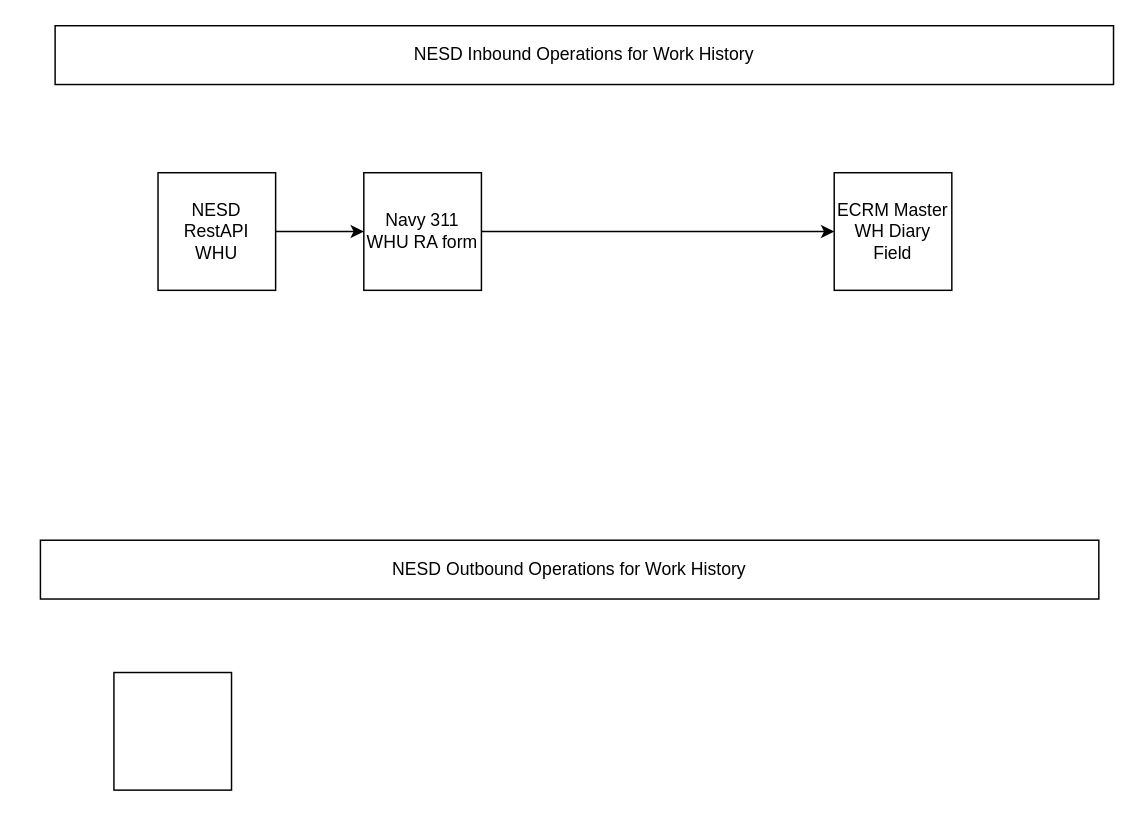
dkhill/navy311 keeps this draw.io diagram as Untitled Diagram.drawio. Above is the earlier version. Source tidied: cells renumbered, new cells numbered last; positions are measured from the earlier drawing's top-left corner, leaving out a move shared by most shapes. Both pictures are drawn from the tidied source at 147%, with x=0, y=0 at pixel (40, 25).
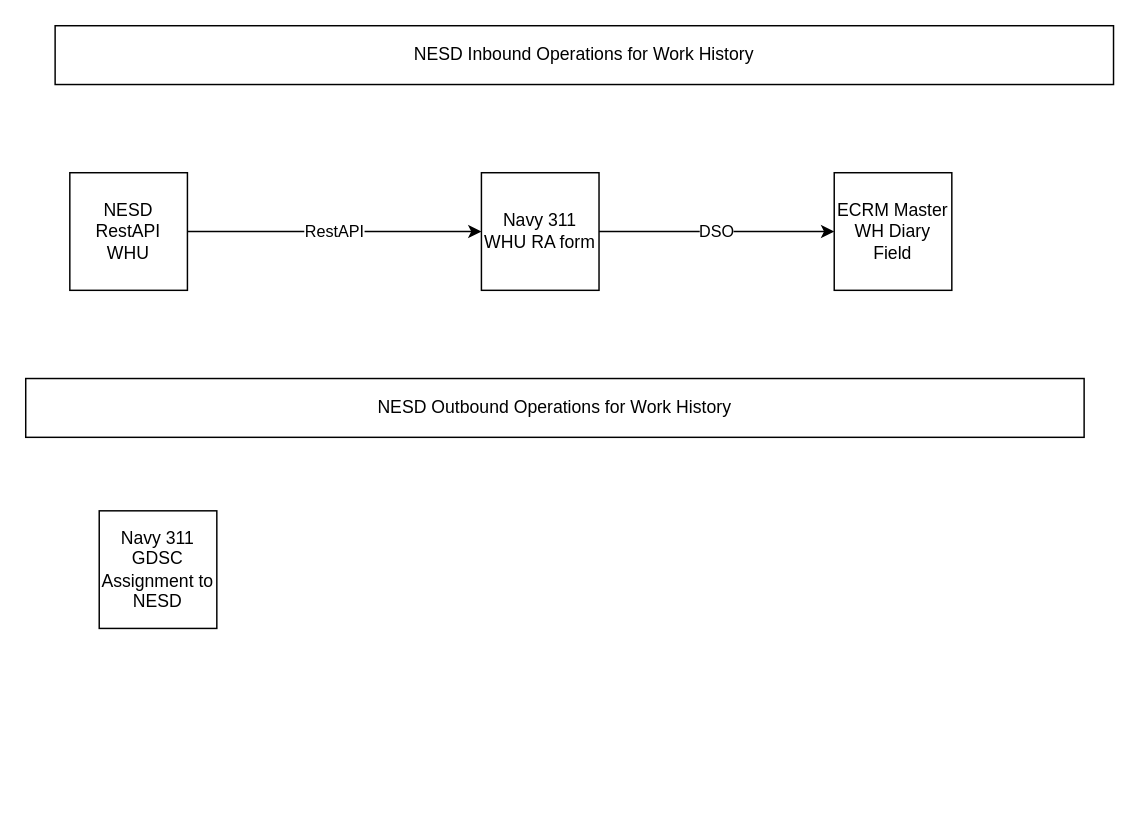
Above is the later version.

Commit message:
Work History Outbound

What changed in the source:
```diff
@@
 <mxGraphModel>
   <root>
     <mxCell id="0" />
     <mxCell id="1" parent="0" />
     <mxCell id="2" value="NESD Inbound Operations for Work History" style="rounded=0;whiteSpace=wrap;html=1;" parent="1" vertex="1">
       <mxGeometry x="10" width="720" height="40" as="geometry" />
     </mxCell>
-    <mxCell id="3" style="edgeStyle=orthogonalEdgeStyle;rounded=0;jettySize=auto;html=1;" parent="1" edge="1" source="4" target="6">
+    <mxCell id="3" value="RestAPI" style="edgeStyle=orthogonalEdgeStyle;rounded=0;jettySize=auto;html=1;" parent="1" edge="1" source="4" target="6">
       <mxGeometry relative="1" as="geometry" />
     </mxCell>
     <mxCell id="4" value="NESD RestAPI&lt;br&gt;WHU" style="whiteSpace=wrap;html=1;" parent="1" vertex="1">
-      <mxGeometry x="80" y="100" width="80" height="80" as="geometry" />
+      <mxGeometry x="20" y="100" width="80" height="80" as="geometry" />
     </mxCell>
-    <mxCell id="5" style="edgeStyle=orthogonalEdgeStyle;rounded=0;jettySize=auto;html=1;" parent="1" edge="1" source="6" target="7">
+    <mxCell id="5" value="DSO" style="edgeStyle=orthogonalEdgeStyle;rounded=0;jettySize=auto;html=1;" parent="1" edge="1" source="6" target="7">
       <mxGeometry relative="1" as="geometry" />
     </mxCell>
     <mxCell id="6" value="Navy 311&lt;br&gt;WHU RA form" style="whiteSpace=wrap;html=1;" parent="1" vertex="1">
-      <mxGeometry x="220" y="100" width="80" height="80" as="geometry" />
+      <mxGeometry x="300" y="100" width="80" height="80" as="geometry" />
     </mxCell>
     <mxCell id="7" value="ECRM Master WH Diary&lt;br&gt;Field" style="whiteSpace=wrap;html=1;" parent="1" vertex="1">
       <mxGeometry x="540" y="100" width="80" height="80" as="geometry" />
     </mxCell>
     <mxCell id="8" value="NESD Outbound Operations for Work History" style="rounded=0;whiteSpace=wrap;html=1;" parent="1" vertex="1">
-      <mxGeometry y="350" width="720" height="40" as="geometry" />
+      <mxGeometry x="-10" y="240" width="720" height="40" as="geometry" />
     </mxCell>
-    <mxCell id="9" style="whiteSpace=wrap;html=1;" parent="1" vertex="1">
-      <mxGeometry x="50" y="440" width="80" height="80" as="geometry" />
+    <mxCell id="9" value="Navy 311&lt;br&gt;GDSC&lt;br&gt;Assignment to NESD" style="whiteSpace=wrap;html=1;" parent="1" vertex="1">
+      <mxGeometry x="40" y="330" width="80" height="80" as="geometry" />
     </mxCell>
   </root>
 </mxGraphModel>
```
